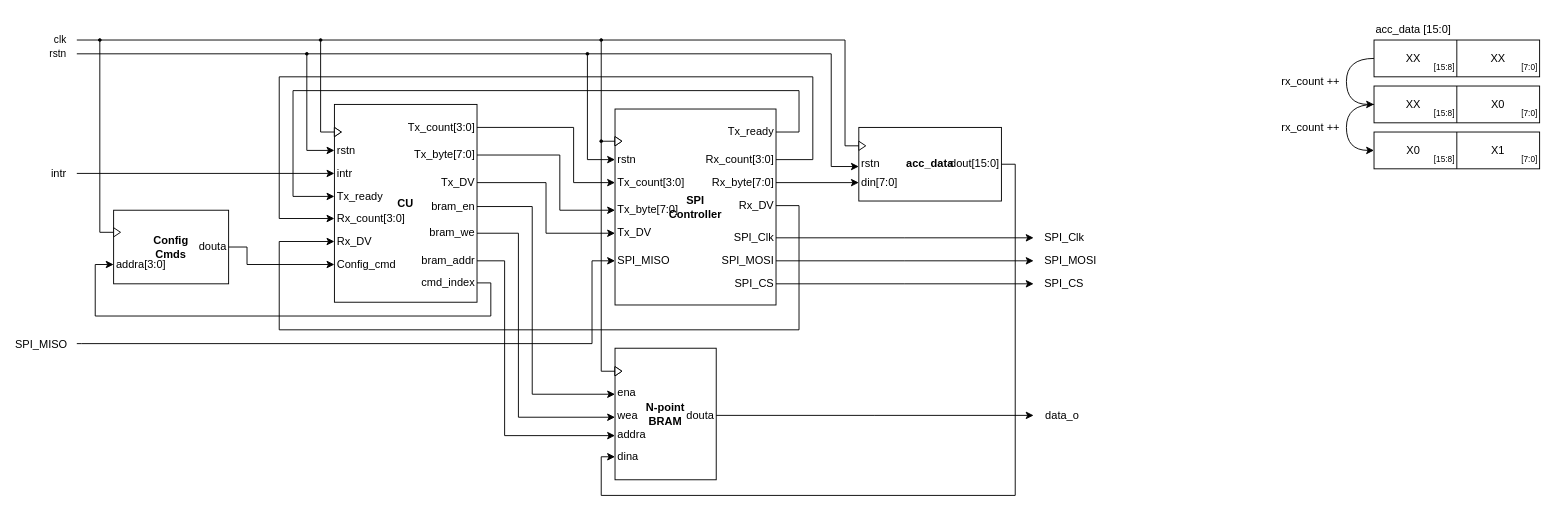
Above: 01_doc/03_drawings/01_design/spi_read_dp.drawio in Diogofernandes5/mthesis (draw.io), before the change. Source tidied: cells renumbered, new cells numbered last; positions are measured from the earlier drawing's top-left corner, leaving out a move shared by most shapes. Both pictures are drawn from the tidied source at 92%, with x=0, y=0 at pixel (76, 16).
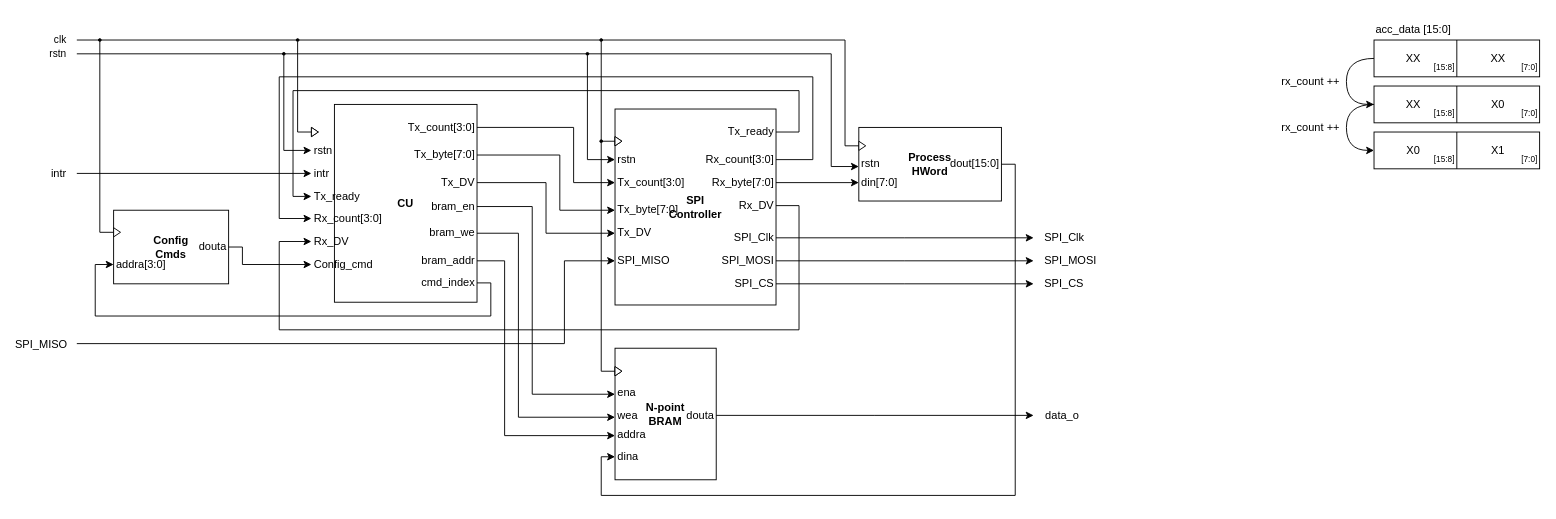
Above is the later version.

The change refers to these unchanged cells:
```xml
<mxCell id="21" value="SPI_MISO" style="text;html=1;align=left;verticalAlign=middle;points=[];strokeColor=none;fillColor=none;fontFamily=NewsGotT;fontSize=12;fontColor=default;spacing=0;spacingLeft=3;spacingRight=-10;spacingBottom=-2;spacingTop=-2;" parent="1" vertex="1">
  <mxGeometry x="585" y="256" width="50" height="20" as="geometry" />
</mxCell>
<mxCell id="84" value="douta" style="text;html=1;align=right;verticalAlign=middle;points=[];strokeColor=none;fillColor=none;fontFamily=NewsGotT;fontSize=12;fontColor=default;spacing=0;spacingRight=3;spacingLeft=-9;spacingBottom=-2;spacingTop=-2;" parent="1" vertex="1">
  <mxGeometry x="135" y="241" width="30" height="20" as="geometry" />
</mxCell>
```

What changed in the source:
```diff
@@
     <mxCell id="19" style="edgeStyle=orthogonalEdgeStyle;rounded=0;jettySize=auto;html=1;" parent="1" edge="1" target="21">
       <mxGeometry relative="1" as="geometry">
         <mxPoint y="356" as="sourcePoint" />
         <Array as="points">
-          <mxPoint x="5" y="356" />
-          <mxPoint x="560" y="356" />
-          <mxPoint x="560" y="266" />
+          <mxPoint x="530" y="356" />
+          <mxPoint x="530" y="266" />
         </Array>
       </mxGeometry>
     </mxCell>
@@
     <mxCell id="61" value="rstn" style="text;html=1;align=left;verticalAlign=middle;points=[];strokeColor=none;fillColor=none;spacing=0;fontFamily=NewsGotT;spacingLeft=3;spacingRight=-10;spacingBottom=-2;spacingTop=-2;" parent="1" vertex="1">
-      <mxGeometry x="280" y="136" width="25" height="20" as="geometry" />
+      <mxGeometry x="255" y="136" width="25" height="20" as="geometry" />
     </mxCell>
     <mxCell id="62" style="triangle;whiteSpace=wrap;html=1;fontFamily=NewsGotT;" parent="1" vertex="1">
-      <mxGeometry x="280" y="121" width="7.5" height="10" as="geometry" />
+      <mxGeometry x="255" y="121" width="7.5" height="10" as="geometry" />
     </mxCell>
@@
     <mxCell id="64" value="intr" style="text;html=1;align=left;verticalAlign=middle;points=[];strokeColor=none;fillColor=none;spacing=0;fontFamily=NewsGotT;spacingLeft=3;spacingRight=-10;spacingBottom=-2;spacingTop=-2;" parent="1" vertex="1">
-      <mxGeometry x="280" y="161" width="20" height="20" as="geometry" />
+      <mxGeometry x="255" y="161" width="20" height="20" as="geometry" />
     </mxCell>
     <mxCell id="65" value="Rx_count[3:0]" style="text;html=1;align=left;verticalAlign=middle;points=[];strokeColor=none;fillColor=none;spacing=0;fontFamily=NewsGotT;spacingLeft=3;spacingRight=-10;spacingBottom=-2;spacingTop=-2;" parent="1" vertex="1">
-      <mxGeometry x="280" y="210" width="70" height="20" as="geometry" />
+      <mxGeometry x="255" y="210" width="70" height="20" as="geometry" />
     </mxCell>
     <mxCell id="66" value="Rx_DV" style="text;html=1;align=left;verticalAlign=middle;points=[];strokeColor=none;fillColor=none;fontFamily=NewsGotT;fontSize=12;fontColor=default;spacing=0;spacingLeft=3;spacingRight=-10;spacingBottom=-2;spacingTop=-2;" parent="1" vertex="1">
-      <mxGeometry x="280" y="235" width="35" height="20" as="geometry" />
+      <mxGeometry x="255" y="235" width="35" height="20" as="geometry" />
     </mxCell>
     <mxCell id="67" style="triangle;whiteSpace=wrap;html=1;fontFamily=NewsGotT;points=[[0,0.5,0,0,0]];" parent="1" vertex="1">
-      <mxGeometry x="280" y="121" width="7.5" height="10" as="geometry" />
+      <mxGeometry x="255" y="121" width="7.5" height="10" as="geometry" />
     </mxCell>
@@
     <mxCell id="83" style="edgeStyle=orthogonalEdgeStyle;rounded=0;jettySize=auto;html=1;" parent="1" edge="1" source="84" target="85">
       <mxGeometry relative="1" as="geometry">
         <Array as="points">
-          <mxPoint x="185" y="251" />
-          <mxPoint x="185" y="270" />
+          <mxPoint x="180" y="251" />
+          <mxPoint x="180" y="270" />
         </Array>
       </mxGeometry>
     </mxCell>
@@
     <mxCell id="85" value="Config_cmd" style="text;html=1;align=left;verticalAlign=middle;points=[];strokeColor=none;fillColor=none;fontFamily=NewsGotT;fontSize=12;fontColor=default;spacing=0;spacingLeft=3;spacingRight=-10;spacingBottom=-2;spacingTop=-2;" parent="1" vertex="1">
-      <mxGeometry x="280" y="260" width="60" height="20" as="geometry" />
+      <mxGeometry x="255" y="260" width="60" height="20" as="geometry" />
     </mxCell>
@@
     <mxCell id="87" style="endArrow=none;html=1;rounded=0;entryX=0;entryY=0.5;entryDx=0;entryDy=0;entryPerimeter=0;edgeStyle=orthogonalEdgeStyle;startArrow=oval;startFill=1;startSize=3;" parent="1" edge="1" target="67">
       <mxGeometry relative="1" as="geometry">
-        <mxPoint x="265" y="26" as="sourcePoint" />
+        <mxPoint x="240" y="26" as="sourcePoint" />
         <Array as="points">
-          <mxPoint x="265" y="126" />
+          <mxPoint x="240" y="126" />
         </Array>
       </mxGeometry>
     </mxCell>
     <mxCell id="88" style="edgeStyle=orthogonalEdgeStyle;rounded=0;jettySize=auto;html=1;startArrow=oval;startFill=1;startSize=3;" parent="1" edge="1" target="61">
       <mxGeometry relative="1" as="geometry">
-        <mxPoint x="250" y="41" as="sourcePoint" />
+        <mxPoint x="225" y="41" as="sourcePoint" />
         <Array as="points">
-          <mxPoint x="250" y="146" />
+          <mxPoint x="225" y="146" />
         </Array>
       </mxGeometry>
     </mxCell>
@@
     <mxCell id="92" value="Tx_ready" style="text;html=1;align=left;verticalAlign=middle;points=[];strokeColor=none;fillColor=none;spacing=0;fontFamily=NewsGotT;spacingLeft=3;spacingRight=-10;spacingBottom=-2;spacingTop=-2;" parent="1" vertex="1">
-      <mxGeometry x="280" y="186" width="45" height="20" as="geometry" />
+      <mxGeometry x="255" y="186" width="45" height="20" as="geometry" />
     </mxCell>
-    <mxCell id="93" value="acc_data" style="rounded=0;whiteSpace=wrap;html=1;fontFamily=NewsGotT;verticalAlign=middle;fontStyle=1;" parent="1" vertex="1">
+    <mxCell id="93" value="&lt;div&gt;Process&lt;/div&gt;&lt;div&gt;HWord&lt;/div&gt;" style="rounded=0;whiteSpace=wrap;html=1;fontFamily=NewsGotT;verticalAlign=middle;fontStyle=1;" parent="1" vertex="1">
       <mxGeometry x="850" y="121" width="155" height="80" as="geometry" />
     </mxCell>
```
